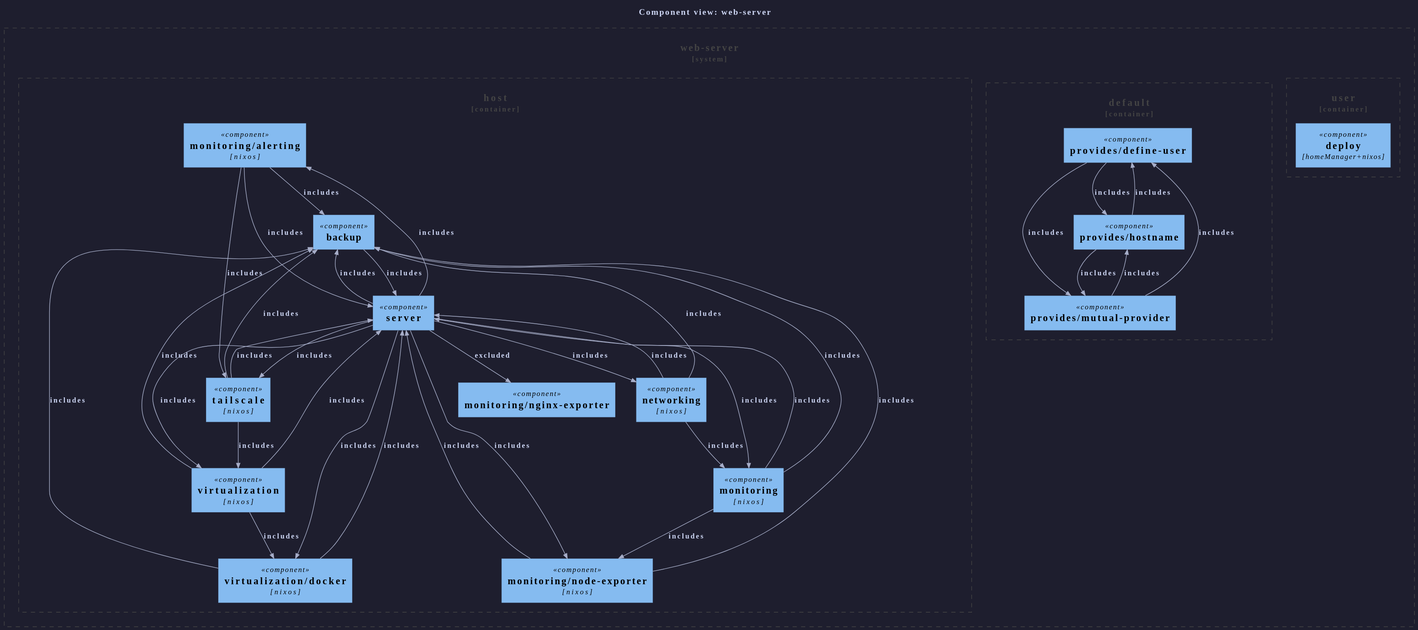
The PlantUML diagram templates/diag-fx-demo/diagrams/web-server-c4component.puml.svg in sini/den, before a commit.
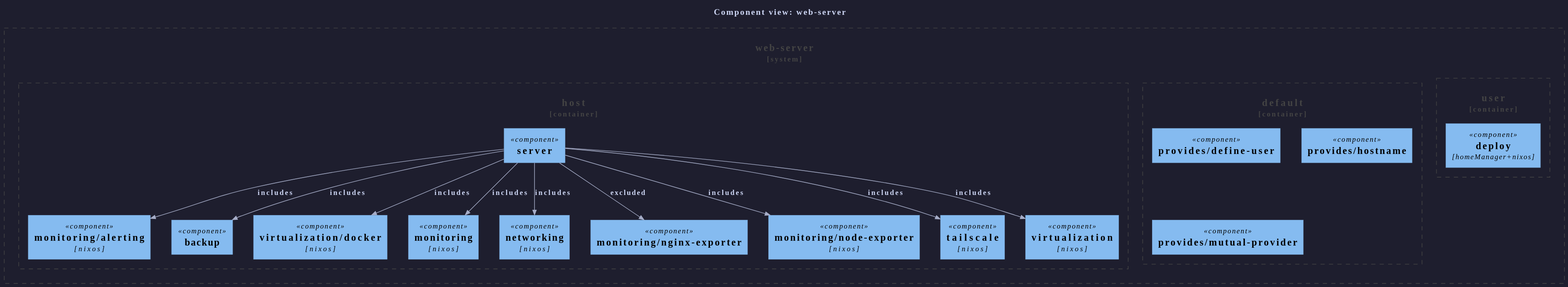
After the commit.

The edit, as a diff of the source:
```diff
@@ -50,32 +50,8 @@
 }
 }
 
-Rel(backup, server, "includes")
-Rel(den__provides__mutual_provider, den__provides__define_user, "includes")
-Rel(den__provides__mutual_provider, den__provides__hostname, "includes")
-Rel(den__provides__hostname, den__provides__define_user, "includes")
-Rel(den__provides__define_user, den__provides__hostname, "includes")
-Rel(den__provides__define_user, den__provides__mutual_provider, "includes")
-Rel(den__provides__hostname, den__provides__mutual_provider, "includes")
-Rel(monitoring, backup, "includes")
-Rel(monitoring__alerting, backup, "includes")
-Rel(monitoring__node_exporter, backup, "includes")
-Rel(networking, backup, "includes")
+Rel(server, monitoring__alerting, "includes")
 Rel(server, backup, "includes")
-Rel(tailscale, backup, "includes")
-Rel(virtualization, backup, "includes")
-Rel(virtualization__docker, backup, "includes")
-Rel(monitoring, server, "includes")
-Rel(monitoring__alerting, server, "includes")
-Rel(monitoring__node_exporter, server, "includes")
-Rel(networking, server, "includes")
-Rel(tailscale, server, "includes")
-Rel(virtualization, server, "includes")
-Rel(virtualization__docker, server, "includes")
-Rel(monitoring, monitoring__node_exporter, "includes")
-Rel(monitoring__alerting, tailscale, "includes")
-Rel(networking, monitoring, "includes")
-Rel(server, monitoring__alerting, "includes")
 Rel(server, virtualization__docker, "includes")
 Rel(server, monitoring, "includes")
 Rel(server, networking, "includes")
@@ -83,6 +59,4 @@
 Rel(server, monitoring__node_exporter, "includes")
 Rel(server, tailscale, "includes")
 Rel(server, virtualization, "includes")
-Rel(tailscale, virtualization, "includes")
-Rel(virtualization, virtualization__docker, "includes")
 @enduml
```
